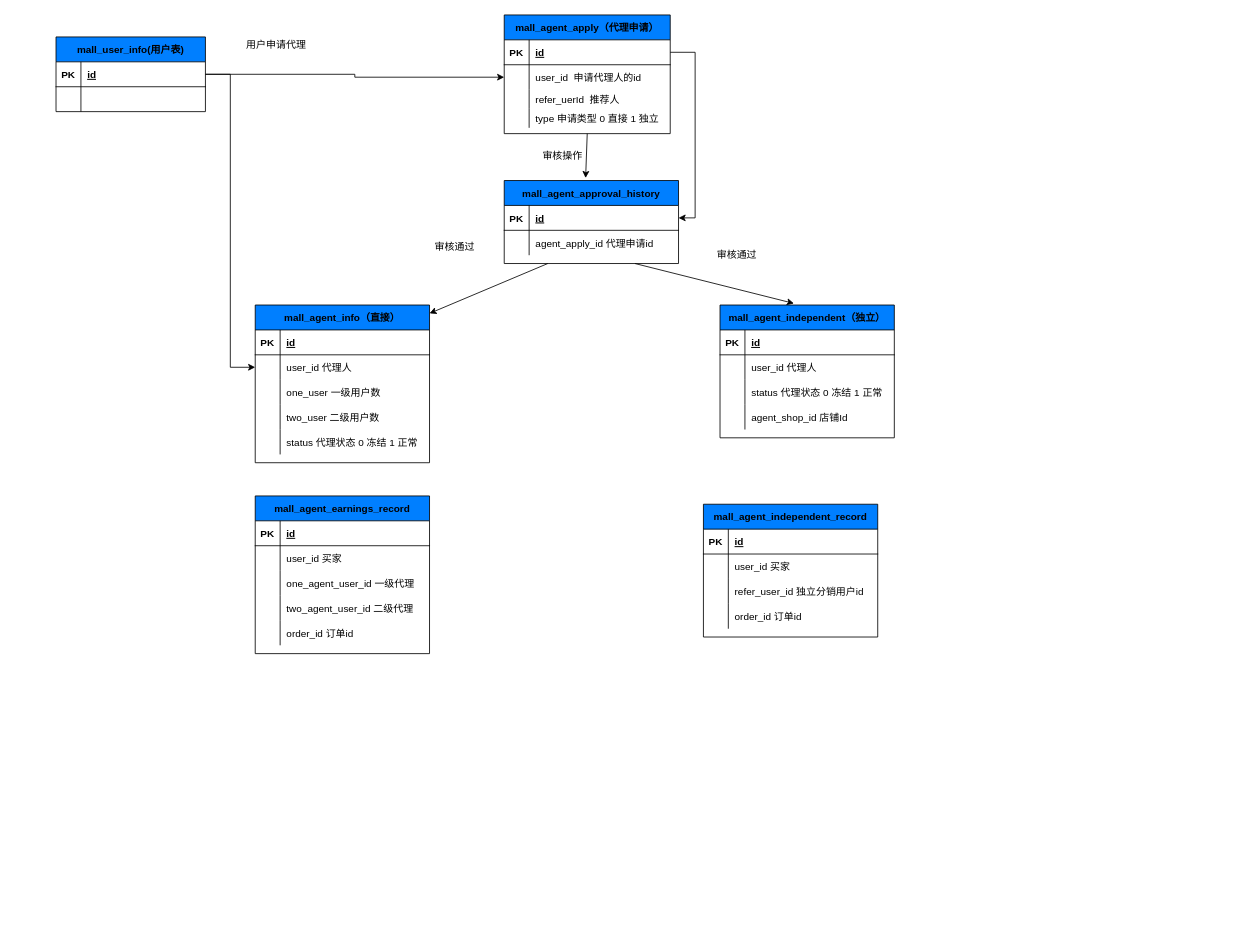
Earlier version of the draw.io diagram 商城数据库关联关系.drawio (wangkan0426/hello-world). Source tidied: cells renumbered, new cells numbered last; positions are measured from the earlier drawing's top-left corner, leaving out a move shared by most shapes. Both pictures are drawn from the tidied source at 83%, with x=0, y=0 at pixel (56, 14).
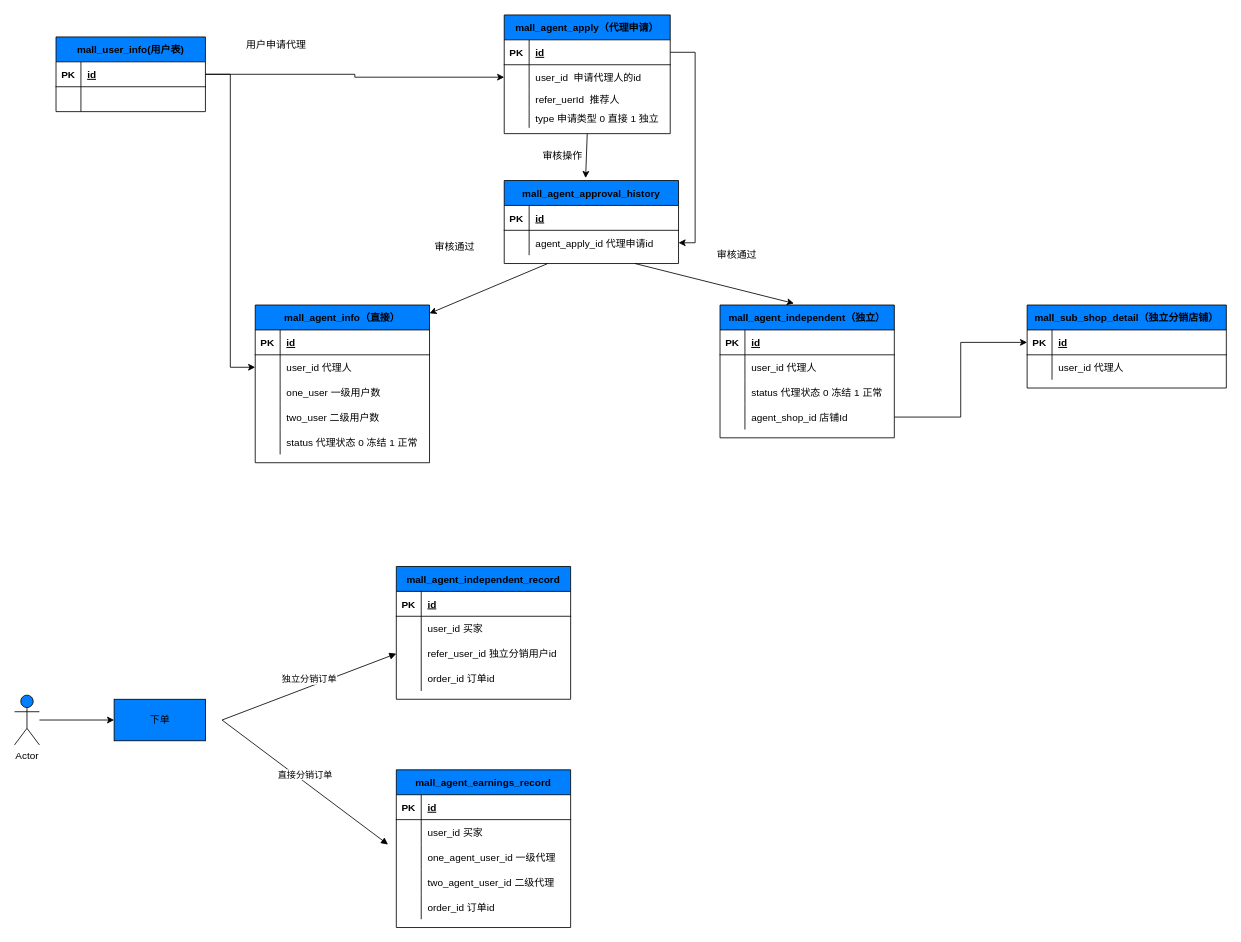
The same diagram, later.

Commit message (it also covers changes not shown here):
Update 商城数据库关联关系.drawio

The change refers to these unchanged cells:
```xml
<mxCell id="11" style="shape=partialRectangle;fillColor=none;top=0;left=0;bottom=1;right=0;points=[[0,0.5],[1,0.5]];portConstraint=eastwest;" parent="10" vertex="1">
  <mxGeometry y="30" width="200" height="30" as="geometry" />
</mxCell>
<mxCell id="51" style="shape=partialRectangle;fillColor=none;top=0;left=0;bottom=0;right=0;points=[[0,0.5],[1,0.5]];portConstraint=eastwest;" parent="41" vertex="1">
  <mxGeometry y="120" width="210" height="30" as="geometry" />
</mxCell>
<mxCell id="81" style="shape=partialRectangle;fillColor=none;top=0;left=0;bottom=0;right=0;points=[[0,0.5],[1,0.5]];portConstraint=eastwest;" parent="74" vertex="1">
  <mxGeometry y="90" width="210" height="30" as="geometry" />
</mxCell>
<mxCell id="88" style="shape=partialRectangle;fillColor=none;top=0;left=0;bottom=1;right=0;points=[[0,0.5],[1,0.5]];portConstraint=eastwest;" parent="87" vertex="1">
  <mxGeometry y="30" width="210" height="30" as="geometry" />
</mxCell>
<mxCell id="91" style="shape=partialRectangle;fillColor=none;top=0;left=0;bottom=0;right=0;points=[[0,0.5],[1,0.5]];portConstraint=eastwest;" parent="87" vertex="1">
  <mxGeometry y="60" width="210" height="30" as="geometry" />
</mxCell>
```

Change to the diagram source:
```diff
@@
     <mxCell id="58" value="mall_agent_earnings_record" style="shape=table;startSize=30;childLayout=tableLayout;rowLines=0;fontStyle=1;align=center;fillColor=#007FFF;" parent="1" vertex="1">
-      <mxGeometry x="240" y="580" width="210" height="190" as="geometry" />
+      <mxGeometry x="410" y="910" width="210" height="190" as="geometry" />
     </mxCell>
@@
     <mxCell id="74" value="mall_agent_independent_record" style="shape=table;startSize=30;childLayout=tableLayout;rowLines=0;fontStyle=1;align=center;fillColor=#007FFF;" parent="1" vertex="1">
-      <mxGeometry x="780" y="590" width="210" height="160" as="geometry" />
+      <mxGeometry x="410" y="665" width="210" height="160" as="geometry" />
     </mxCell>
@@
-    <mxCell id="96" style="edgeStyle=orthogonalEdgeStyle;rounded=0;jettySize=auto;html=1;entryX=1;entryY=0.5;entryDx=0;entryDy=0;" parent="1" edge="1" source="11" target="88">
-      <mxGeometry relative="1" as="geometry" />
-    </mxCell>
+    <mxCell id="97" style="edgeStyle=orthogonalEdgeStyle;rounded=0;jettySize=auto;html=1;entryX=1;entryY=0.5;entryDx=0;entryDy=0;" parent="1" edge="1" source="11" target="91">
+      <mxGeometry relative="1" as="geometry" />
+    </mxCell>
+    <mxCell id="98" value="mall_sub_shop_detail（独立分销店铺）" style="shape=table;startSize=30;childLayout=tableLayout;rowLines=0;fontStyle=1;align=center;fillColor=#007FFF;" parent="1" vertex="1">
+      <mxGeometry x="1170" y="350" width="240" height="100" as="geometry" />
+    </mxCell>
+    <mxCell id="99" style="shape=partialRectangle;fillColor=none;top=0;left=0;bottom=1;right=0;points=[[0,0.5],[1,0.5]];portConstraint=eastwest;" parent="98" vertex="1">
+      <mxGeometry y="30" width="240" height="30" as="geometry" />
+    </mxCell>
+    <mxCell id="100" value="PK" style="shape=partialRectangle;fillColor=none;top=0;left=0;bottom=0;right=0;fontStyle=1;overflow=hidden;" parent="99" vertex="1">
+      <mxGeometry width="30" height="30" as="geometry" />
+    </mxCell>
+    <mxCell id="101" value="id" style="shape=partialRectangle;fillColor=none;top=0;left=0;bottom=0;right=0;align=left;spacingLeft=6;fontStyle=5;overflow=hidden;" parent="99" vertex="1">
+      <mxGeometry x="30" width="210" height="30" as="geometry" />
+    </mxCell>
+    <mxCell id="102" style="shape=partialRectangle;fillColor=none;top=0;left=0;bottom=0;right=0;" parent="98" vertex="1">
+      <mxGeometry y="60" width="240" height="30" as="geometry" />
+    </mxCell>
+    <mxCell id="103" style="shape=partialRectangle;fillColor=none;top=0;left=0;bottom=0;right=0;overflow=hidden;" parent="102" vertex="1">
+      <mxGeometry width="30" height="30" as="geometry" />
+    </mxCell>
+    <mxCell id="104" value="user_id 代理人" style="shape=partialRectangle;fillColor=none;top=0;left=0;bottom=0;right=0;align=left;spacingLeft=6;overflow=hidden;" parent="102" vertex="1">
+      <mxGeometry x="30" width="210" height="30" as="geometry" />
+    </mxCell>
+    <mxCell id="105" style="edgeStyle=orthogonalEdgeStyle;rounded=0;jettySize=auto;html=1;entryX=0;entryY=0.5;entryDx=0;entryDy=0;" parent="1" edge="1" source="51" target="99">
+      <mxGeometry relative="1" as="geometry" />
+    </mxCell>
+    <mxCell id="106" style="edgeStyle=orthogonalEdgeStyle;rounded=0;jettySize=auto;html=1;entryX=0;entryY=0.5;entryDx=0;entryDy=0;" parent="1" edge="1" source="107" target="108">
+      <mxGeometry relative="1" as="geometry" />
+    </mxCell>
+    <mxCell id="107" value="Actor" style="shape=umlActor;verticalLabelPosition=bottom;verticalAlign=top;html=1;fillColor=#007FFF;" parent="1" vertex="1">
+      <mxGeometry x="-50" y="820" width="30" height="60" as="geometry" />
+    </mxCell>
+    <mxCell id="108" value="下单" style="html=1;fillColor=#007FFF;" parent="1" vertex="1">
+      <mxGeometry x="70" y="825" width="110" height="50" as="geometry" />
+    </mxCell>
+    <mxCell id="109" value="独立分销订单" style="html=1;verticalAlign=bottom;endArrow=block;entryX=0;entryY=0.5;entryDx=0;entryDy=0;" parent="1" edge="1" target="81">
+      <mxGeometry relative="1" as="geometry">
+        <mxPoint x="200" y="850" as="sourcePoint" />
+      </mxGeometry>
+    </mxCell>
+    <mxCell id="110" value="直接分销订单" style="html=1;verticalAlign=bottom;endArrow=block;" parent="1" edge="1">
+      <mxGeometry relative="1" as="geometry">
+        <mxPoint x="200" y="850" as="sourcePoint" />
+        <mxPoint x="400" y="1000" as="targetPoint" />
+      </mxGeometry>
+    </mxCell>
```
